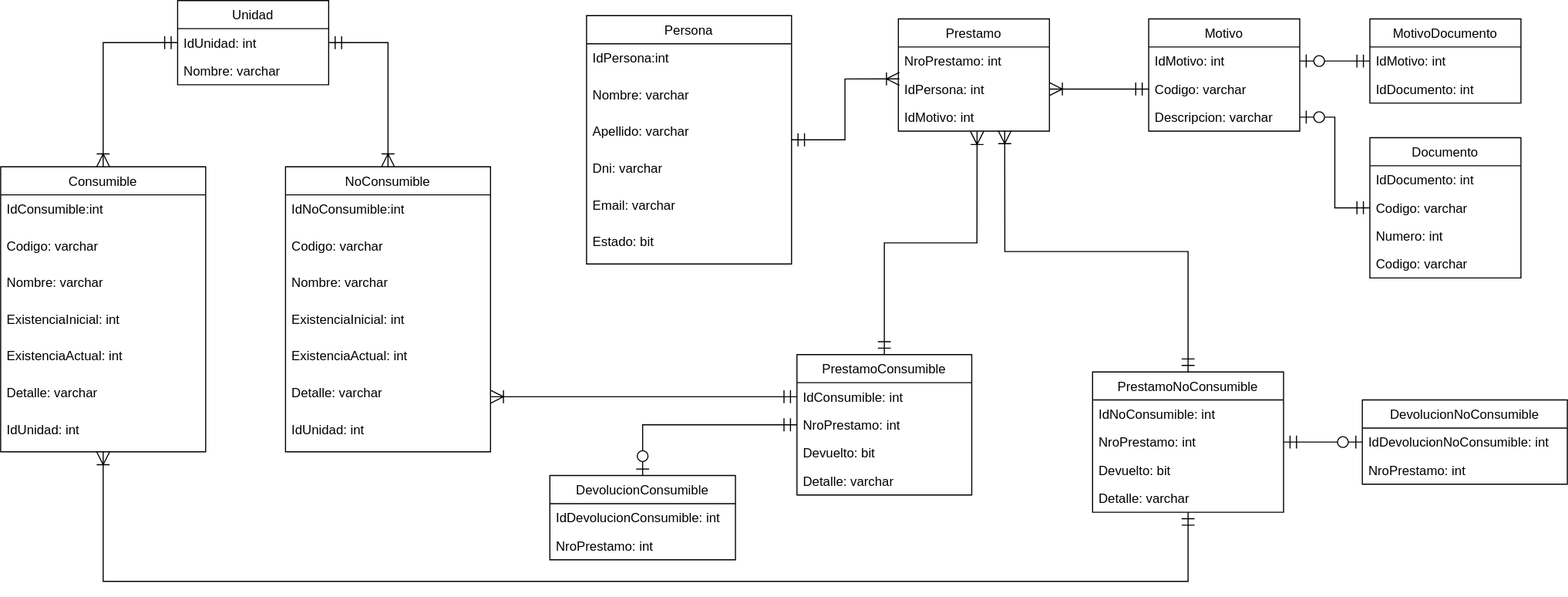
The draw.io diagram deposito.drawio.svg in ET12DevOps/DepositoApp, before a commit. Source tidied: cells renumbered, new cells last; positions are measured from the earlier drawing's top-left corner, leaving out a move shared by most shapes. Its diagram source:
```xml
<mxGraphModel>
  <root>
    <mxCell id="0" />
    <mxCell id="1" parent="0" />
    <mxCell id="2" style="edgeStyle=orthogonalEdgeStyle;rounded=0;jettySize=auto;html=1;entryX=0;entryY=0.5;entryDx=0;entryDy=0;endArrow=ERmandOne;endFill=0;startSize=10;endSize=10;startArrow=ERoneToMany;startFill=0;" parent="1" edge="1" source="3" target="12">
      <mxGeometry relative="1" as="geometry" />
    </mxCell>
    <mxCell id="3" value="Consumible" style="swimlane;fontStyle=0;horizontal=1;startSize=26;" parent="1" vertex="1">
      <mxGeometry y="154" width="190" height="264" as="geometry" />
    </mxCell>
    <mxCell id="4" value="IdConsumible:int" style="text;strokeColor=none;fillColor=none;align=left;verticalAlign=top;spacingLeft=4;spacingRight=4;overflow=hidden;" parent="3" vertex="1">
      <mxGeometry y="26" width="190" height="34" as="geometry" />
    </mxCell>
    <mxCell id="5" value="Codigo: varchar" style="text;strokeColor=none;fillColor=none;align=left;verticalAlign=top;spacingLeft=4;spacingRight=4;overflow=hidden;" parent="3" vertex="1">
      <mxGeometry y="60" width="190" height="34" as="geometry" />
    </mxCell>
    <mxCell id="6" value="Nombre: varchar" style="text;strokeColor=none;fillColor=none;align=left;verticalAlign=top;spacingLeft=4;spacingRight=4;overflow=hidden;" parent="3" vertex="1">
      <mxGeometry y="94" width="190" height="34" as="geometry" />
    </mxCell>
    <mxCell id="7" value="ExistenciaInicial: int" style="text;strokeColor=none;fillColor=none;align=left;verticalAlign=top;spacingLeft=4;spacingRight=4;overflow=hidden;" parent="3" vertex="1">
      <mxGeometry y="128" width="190" height="34" as="geometry" />
    </mxCell>
    <mxCell id="8" value="ExistenciaActual: int" style="text;strokeColor=none;fillColor=none;align=left;verticalAlign=top;spacingLeft=4;spacingRight=4;overflow=hidden;" parent="3" vertex="1">
      <mxGeometry y="162" width="190" height="34" as="geometry" />
    </mxCell>
    <mxCell id="9" value="Detalle: varchar" style="text;strokeColor=none;fillColor=none;align=left;verticalAlign=top;spacingLeft=4;spacingRight=4;overflow=hidden;" parent="3" vertex="1">
      <mxGeometry y="196" width="190" height="34" as="geometry" />
    </mxCell>
    <mxCell id="10" value="IdUnidad: int" style="text;strokeColor=none;fillColor=none;align=left;verticalAlign=top;spacingLeft=4;spacingRight=4;overflow=hidden;points=[[0,0.5],[1,0.5]];portConstraint=eastwest;" parent="3" vertex="1">
      <mxGeometry y="230" width="190" height="34" as="geometry" />
    </mxCell>
    <mxCell id="11" value="Unidad" style="swimlane;fontStyle=0;horizontal=1;startSize=26;" parent="1" vertex="1">
      <mxGeometry x="164" width="140" height="78" as="geometry" />
    </mxCell>
    <mxCell id="12" value="IdUnidad: int" style="text;strokeColor=none;fillColor=none;align=left;verticalAlign=top;spacingLeft=4;spacingRight=4;overflow=hidden;points=[[0,0.5],[1,0.5]];portConstraint=eastwest;" parent="11" vertex="1">
      <mxGeometry y="26" width="140" height="26" as="geometry" />
    </mxCell>
    <mxCell id="13" value="Nombre: varchar" style="text;strokeColor=none;fillColor=none;align=left;verticalAlign=top;spacingLeft=4;spacingRight=4;overflow=hidden;" parent="11" vertex="1">
      <mxGeometry y="52" width="140" height="26" as="geometry" />
    </mxCell>
    <mxCell id="14" value="NoConsumible" style="swimlane;fontStyle=0;horizontal=1;startSize=26;" parent="1" vertex="1">
      <mxGeometry x="264" y="154" width="190" height="264" as="geometry" />
    </mxCell>
    <mxCell id="15" value="IdNoConsumible:int" style="text;strokeColor=none;fillColor=none;align=left;verticalAlign=top;spacingLeft=4;spacingRight=4;overflow=hidden;" parent="14" vertex="1">
      <mxGeometry y="26" width="190" height="34" as="geometry" />
    </mxCell>
    <mxCell id="16" value="Codigo: varchar" style="text;strokeColor=none;fillColor=none;align=left;verticalAlign=top;spacingLeft=4;spacingRight=4;overflow=hidden;" parent="14" vertex="1">
      <mxGeometry y="60" width="190" height="34" as="geometry" />
    </mxCell>
    <mxCell id="17" value="Nombre: varchar" style="text;strokeColor=none;fillColor=none;align=left;verticalAlign=top;spacingLeft=4;spacingRight=4;overflow=hidden;" parent="14" vertex="1">
      <mxGeometry y="94" width="190" height="34" as="geometry" />
    </mxCell>
    <mxCell id="18" value="ExistenciaInicial: int" style="text;strokeColor=none;fillColor=none;align=left;verticalAlign=top;spacingLeft=4;spacingRight=4;overflow=hidden;" parent="14" vertex="1">
      <mxGeometry y="128" width="190" height="34" as="geometry" />
    </mxCell>
    <mxCell id="19" value="ExistenciaActual: int" style="text;strokeColor=none;fillColor=none;align=left;verticalAlign=top;spacingLeft=4;spacingRight=4;overflow=hidden;" parent="14" vertex="1">
      <mxGeometry y="162" width="190" height="34" as="geometry" />
    </mxCell>
    <mxCell id="20" value="Detalle: varchar" style="text;strokeColor=none;fillColor=none;align=left;verticalAlign=top;spacingLeft=4;spacingRight=4;overflow=hidden;points=[[0,0.5],[1,0.5]];portConstraint=eastwest;" parent="14" vertex="1">
      <mxGeometry y="196" width="190" height="34" as="geometry" />
    </mxCell>
    <mxCell id="21" value="IdUnidad: int" style="text;strokeColor=none;fillColor=none;align=left;verticalAlign=top;spacingLeft=4;spacingRight=4;overflow=hidden;" parent="14" vertex="1">
      <mxGeometry y="230" width="190" height="34" as="geometry" />
    </mxCell>
    <mxCell id="22" style="edgeStyle=orthogonalEdgeStyle;rounded=0;jettySize=auto;html=1;entryX=0.007;entryY=0.138;entryDx=0;entryDy=0;entryPerimeter=0;endSize=10;startSize=10;endArrow=ERoneToMany;endFill=0;startArrow=ERmandOne;startFill=0;" parent="1" edge="1" source="23" target="44">
      <mxGeometry relative="1" as="geometry" />
    </mxCell>
    <mxCell id="23" value="Persona" style="swimlane;fontStyle=0;horizontal=1;startSize=26;" parent="1" vertex="1">
      <mxGeometry x="543" y="14" width="190" height="230" as="geometry" />
    </mxCell>
    <mxCell id="24" value="IdPersona:int" style="text;strokeColor=none;fillColor=none;align=left;verticalAlign=top;spacingLeft=4;spacingRight=4;overflow=hidden;" parent="23" vertex="1">
      <mxGeometry y="26" width="190" height="34" as="geometry" />
    </mxCell>
    <mxCell id="25" value="Nombre: varchar" style="text;strokeColor=none;fillColor=none;align=left;verticalAlign=top;spacingLeft=4;spacingRight=4;overflow=hidden;" parent="23" vertex="1">
      <mxGeometry y="60" width="190" height="34" as="geometry" />
    </mxCell>
    <mxCell id="26" value="Apellido: varchar" style="text;strokeColor=none;fillColor=none;align=left;verticalAlign=top;spacingLeft=4;spacingRight=4;overflow=hidden;" parent="23" vertex="1">
      <mxGeometry y="94" width="190" height="34" as="geometry" />
    </mxCell>
    <mxCell id="27" value="Dni: varchar" style="text;strokeColor=none;fillColor=none;align=left;verticalAlign=top;spacingLeft=4;spacingRight=4;overflow=hidden;" parent="23" vertex="1">
      <mxGeometry y="128" width="190" height="34" as="geometry" />
    </mxCell>
    <mxCell id="28" value="Email: varchar" style="text;strokeColor=none;fillColor=none;align=left;verticalAlign=top;spacingLeft=4;spacingRight=4;overflow=hidden;" parent="23" vertex="1">
      <mxGeometry y="162" width="190" height="34" as="geometry" />
    </mxCell>
    <mxCell id="29" value="Estado: bit" style="text;strokeColor=none;fillColor=none;align=left;verticalAlign=top;spacingLeft=4;spacingRight=4;overflow=hidden;" parent="23" vertex="1">
      <mxGeometry y="196" width="190" height="34" as="geometry" />
    </mxCell>
    <mxCell id="30" value="Motivo" style="swimlane;fontStyle=0;horizontal=1;startSize=26;" parent="1" vertex="1">
      <mxGeometry x="1064" y="17" width="140" height="104" as="geometry" />
    </mxCell>
    <mxCell id="31" value="IdMotivo: int" style="text;strokeColor=none;fillColor=none;align=left;verticalAlign=top;spacingLeft=4;spacingRight=4;overflow=hidden;points=[[0,0.5],[1,0.5]];portConstraint=eastwest;" parent="30" vertex="1">
      <mxGeometry y="26" width="140" height="26" as="geometry" />
    </mxCell>
    <mxCell id="32" value="Codigo: varchar" style="text;strokeColor=none;fillColor=none;align=left;verticalAlign=top;spacingLeft=4;spacingRight=4;overflow=hidden;points=[[0,0.5],[1,0.5]];portConstraint=eastwest;" parent="30" vertex="1">
      <mxGeometry y="52" width="140" height="26" as="geometry" />
    </mxCell>
    <mxCell id="33" value="Descripcion: varchar" style="text;strokeColor=none;fillColor=none;align=left;verticalAlign=top;spacingLeft=4;spacingRight=4;overflow=hidden;points=[[0,0.5],[1,0.5]];portConstraint=eastwest;" parent="30" vertex="1">
      <mxGeometry y="78" width="140" height="26" as="geometry" />
    </mxCell>
    <mxCell id="34" value="Documento" style="swimlane;fontStyle=0;horizontal=1;startSize=26;" parent="1" vertex="1">
      <mxGeometry x="1269" y="127" width="140" height="130" as="geometry" />
    </mxCell>
    <mxCell id="35" value="IdDocumento: int" style="text;strokeColor=none;fillColor=none;align=left;verticalAlign=top;spacingLeft=4;spacingRight=4;overflow=hidden;" parent="34" vertex="1">
      <mxGeometry y="26" width="140" height="26" as="geometry" />
    </mxCell>
    <mxCell id="36" value="Codigo: varchar" style="text;strokeColor=none;fillColor=none;align=left;verticalAlign=top;spacingLeft=4;spacingRight=4;overflow=hidden;points=[[0,0.5],[1,0.5]];portConstraint=eastwest;" parent="34" vertex="1">
      <mxGeometry y="52" width="140" height="26" as="geometry" />
    </mxCell>
    <mxCell id="37" value="Numero: int" style="text;strokeColor=none;fillColor=none;align=left;verticalAlign=top;spacingLeft=4;spacingRight=4;overflow=hidden;" parent="34" vertex="1">
      <mxGeometry y="78" width="140" height="26" as="geometry" />
    </mxCell>
    <mxCell id="38" value="Codigo: varchar" style="text;strokeColor=none;fillColor=none;align=left;verticalAlign=top;spacingLeft=4;spacingRight=4;overflow=hidden;" parent="34" vertex="1">
      <mxGeometry y="104" width="140" height="26" as="geometry" />
    </mxCell>
    <mxCell id="39" value="MotivoDocumento" style="swimlane;fontStyle=0;horizontal=1;startSize=26;" parent="1" vertex="1">
      <mxGeometry x="1269" y="17" width="140" height="78" as="geometry" />
    </mxCell>
    <mxCell id="40" value="IdMotivo: int" style="text;strokeColor=none;fillColor=none;align=left;verticalAlign=top;spacingLeft=4;spacingRight=4;overflow=hidden;points=[[0,0.5],[1,0.5]];portConstraint=eastwest;" parent="39" vertex="1">
      <mxGeometry y="26" width="140" height="26" as="geometry" />
    </mxCell>
    <mxCell id="41" value="IdDocumento: int" style="text;strokeColor=none;fillColor=none;align=left;verticalAlign=top;spacingLeft=4;spacingRight=4;overflow=hidden;points=[[0,0.5],[1,0.5]];portConstraint=eastwest;" parent="39" vertex="1">
      <mxGeometry y="52" width="140" height="26" as="geometry" />
    </mxCell>
    <mxCell id="42" value="Prestamo" style="swimlane;fontStyle=0;horizontal=1;startSize=26;" parent="1" vertex="1">
      <mxGeometry x="832" y="17" width="140" height="104" as="geometry" />
    </mxCell>
    <mxCell id="43" value="NroPrestamo: int" style="text;strokeColor=none;fillColor=none;align=left;verticalAlign=top;spacingLeft=4;spacingRight=4;overflow=hidden;" parent="42" vertex="1">
      <mxGeometry y="26" width="140" height="26" as="geometry" />
    </mxCell>
    <mxCell id="44" value="IdPersona: int" style="text;strokeColor=none;fillColor=none;align=left;verticalAlign=top;spacingLeft=4;spacingRight=4;overflow=hidden;points=[[0,0.5],[1,0.5]];portConstraint=eastwest;" parent="42" vertex="1">
      <mxGeometry y="52" width="140" height="26" as="geometry" />
    </mxCell>
    <mxCell id="45" value="IdMotivo: int" style="text;strokeColor=none;fillColor=none;align=left;verticalAlign=top;spacingLeft=4;spacingRight=4;overflow=hidden;points=[[0,0.5],[1,0.5]];portConstraint=eastwest;" parent="42" vertex="1">
      <mxGeometry y="78" width="140" height="26" as="geometry" />
    </mxCell>
    <mxCell id="46" style="edgeStyle=orthogonalEdgeStyle;rounded=0;jettySize=auto;html=1;entryX=0.521;entryY=1.015;entryDx=0;entryDy=0;entryPerimeter=0;endSize=10;startSize=10;endArrow=ERoneToMany;endFill=0;startArrow=ERmandOne;startFill=0;" parent="1" edge="1" source="47" target="45">
      <mxGeometry relative="1" as="geometry" />
    </mxCell>
    <mxCell id="47" value="PrestamoConsumible" style="swimlane;fontStyle=0;horizontal=1;startSize=26;" parent="1" vertex="1">
      <mxGeometry x="738" y="328" width="162" height="130" as="geometry" />
    </mxCell>
    <mxCell id="48" value="IdConsumible: int" style="text;strokeColor=none;fillColor=none;align=left;verticalAlign=top;spacingLeft=4;spacingRight=4;overflow=hidden;points=[[0,0.5],[1,0.5]];portConstraint=eastwest;" parent="47" vertex="1">
      <mxGeometry y="26" width="162" height="26" as="geometry" />
    </mxCell>
    <mxCell id="49" value="NroPrestamo: int" style="text;strokeColor=none;fillColor=none;align=left;verticalAlign=top;spacingLeft=4;spacingRight=4;overflow=hidden;points=[[0,0.5],[1,0.5]];portConstraint=eastwest;" parent="47" vertex="1">
      <mxGeometry y="52" width="162" height="26" as="geometry" />
    </mxCell>
    <mxCell id="50" value="Devuelto: bit" style="text;strokeColor=none;fillColor=none;align=left;verticalAlign=top;spacingLeft=4;spacingRight=4;overflow=hidden;" parent="47" vertex="1">
      <mxGeometry y="78" width="162" height="26" as="geometry" />
    </mxCell>
    <mxCell id="51" value="Detalle: varchar" style="text;strokeColor=none;fillColor=none;align=left;verticalAlign=top;spacingLeft=4;spacingRight=4;overflow=hidden;" parent="47" vertex="1">
      <mxGeometry y="104" width="162" height="26" as="geometry" />
    </mxCell>
    <mxCell id="52" style="edgeStyle=orthogonalEdgeStyle;rounded=0;jettySize=auto;html=1;entryX=0.704;entryY=0.985;entryDx=0;entryDy=0;entryPerimeter=0;endSize=10;startSize=10;endArrow=ERoneToMany;endFill=0;startArrow=ERmandOne;startFill=0;" parent="1" edge="1" source="54" target="45">
      <mxGeometry relative="1" as="geometry" />
    </mxCell>
    <mxCell id="53" style="edgeStyle=orthogonalEdgeStyle;rounded=0;jettySize=auto;html=1;endSize=10;startSize=10;endArrow=ERoneToMany;endFill=0;startArrow=ERmandOne;startFill=0;" parent="1" edge="1" source="54" target="10">
      <mxGeometry relative="1" as="geometry">
        <Array as="points">
          <mxPoint x="1101" y="538" />
          <mxPoint x="95" y="538" />
        </Array>
      </mxGeometry>
    </mxCell>
    <mxCell id="54" value="PrestamoNoConsumible" style="swimlane;fontStyle=0;horizontal=1;startSize=26;" parent="1" vertex="1">
      <mxGeometry x="1012" y="344" width="177" height="130" as="geometry" />
    </mxCell>
    <mxCell id="55" value="IdNoConsumible: int" style="text;strokeColor=none;fillColor=none;align=left;verticalAlign=top;spacingLeft=4;spacingRight=4;overflow=hidden;" parent="54" vertex="1">
      <mxGeometry y="26" width="177" height="26" as="geometry" />
    </mxCell>
    <mxCell id="56" value="NroPrestamo: int" style="text;strokeColor=none;fillColor=none;align=left;verticalAlign=top;spacingLeft=4;spacingRight=4;overflow=hidden;points=[[0,0.5],[1,0.5]];portConstraint=eastwest;" parent="54" vertex="1">
      <mxGeometry y="52" width="177" height="26" as="geometry" />
    </mxCell>
    <mxCell id="57" value="Devuelto: bit" style="text;strokeColor=none;fillColor=none;align=left;verticalAlign=top;spacingLeft=4;spacingRight=4;overflow=hidden;" parent="54" vertex="1">
      <mxGeometry y="78" width="177" height="26" as="geometry" />
    </mxCell>
    <mxCell id="58" value="Detalle: varchar" style="text;strokeColor=none;fillColor=none;align=left;verticalAlign=top;spacingLeft=4;spacingRight=4;overflow=hidden;" parent="54" vertex="1">
      <mxGeometry y="104" width="177" height="26" as="geometry" />
    </mxCell>
    <mxCell id="59" style="edgeStyle=orthogonalEdgeStyle;rounded=0;jettySize=auto;html=1;entryX=0;entryY=0.5;entryDx=0;entryDy=0;endSize=10;startSize=10;endArrow=ERmandOne;endFill=0;startArrow=ERzeroToOne;startFill=1;" parent="1" edge="1" source="60" target="49">
      <mxGeometry relative="1" as="geometry" />
    </mxCell>
    <mxCell id="60" value="DevolucionConsumible" style="swimlane;fontStyle=0;horizontal=1;startSize=26;" parent="1" vertex="1">
      <mxGeometry x="509" y="440" width="172" height="78" as="geometry" />
    </mxCell>
    <mxCell id="61" value="IdDevolucionConsumible: int" style="text;strokeColor=none;fillColor=none;align=left;verticalAlign=top;spacingLeft=4;spacingRight=4;overflow=hidden;" parent="60" vertex="1">
      <mxGeometry y="26" width="172" height="26" as="geometry" />
    </mxCell>
    <mxCell id="62" value="NroPrestamo: int" style="text;strokeColor=none;fillColor=none;align=left;verticalAlign=top;spacingLeft=4;spacingRight=4;overflow=hidden;" parent="60" vertex="1">
      <mxGeometry y="52" width="172" height="26" as="geometry" />
    </mxCell>
    <mxCell id="63" style="edgeStyle=orthogonalEdgeStyle;rounded=0;jettySize=auto;html=1;exitX=0;exitY=0.5;exitDx=0;exitDy=0;endSize=10;startSize=10;endArrow=ERmandOne;endFill=0;startArrow=ERzeroToOne;startFill=1;" parent="1" edge="1" source="65" target="56">
      <mxGeometry relative="1" as="geometry" />
    </mxCell>
    <mxCell id="64" value="DevolucionNoConsumible" style="swimlane;fontStyle=0;horizontal=1;startSize=26;" parent="1" vertex="1">
      <mxGeometry x="1262" y="370" width="190" height="78" as="geometry" />
    </mxCell>
    <mxCell id="65" value="IdDevolucionNoConsumible: int" style="text;strokeColor=none;fillColor=none;align=left;verticalAlign=top;spacingLeft=4;spacingRight=4;overflow=hidden;points=[[0,0.5],[1,0.5]];portConstraint=eastwest;" parent="64" vertex="1">
      <mxGeometry y="26" width="190" height="26" as="geometry" />
    </mxCell>
    <mxCell id="66" value="NroPrestamo: int" style="text;strokeColor=none;fillColor=none;align=left;verticalAlign=top;spacingLeft=4;spacingRight=4;overflow=hidden;" parent="64" vertex="1">
      <mxGeometry y="52" width="190" height="26" as="geometry" />
    </mxCell>
    <mxCell id="67" style="edgeStyle=orthogonalEdgeStyle;rounded=0;jettySize=auto;html=1;entryX=1;entryY=0.5;entryDx=0;entryDy=0;exitX=0.5;exitY=0;exitDx=0;exitDy=0;endSize=10;startSize=10;startArrow=ERoneToMany;startFill=0;endArrow=ERmandOne;endFill=0;" parent="1" edge="1" source="14" target="12">
      <mxGeometry relative="1" as="geometry" />
    </mxCell>
    <mxCell id="68" style="edgeStyle=orthogonalEdgeStyle;rounded=0;jettySize=auto;html=1;entryX=1;entryY=0.5;entryDx=0;entryDy=0;startArrow=ERmandOne;startFill=0;endArrow=ERzeroToOne;endFill=1;endSize=10;startSize=10;" parent="1" edge="1" source="40" target="31">
      <mxGeometry relative="1" as="geometry" />
    </mxCell>
    <mxCell id="69" style="edgeStyle=orthogonalEdgeStyle;rounded=0;jettySize=auto;html=1;endSize=10;startSize=10;endArrow=ERzeroToOne;endFill=1;startArrow=ERmandOne;startFill=0;" parent="1" edge="1" source="36" target="33">
      <mxGeometry relative="1" as="geometry" />
    </mxCell>
    <mxCell id="70" style="edgeStyle=orthogonalEdgeStyle;rounded=0;jettySize=auto;html=1;entryX=0;entryY=0.5;entryDx=0;entryDy=0;endSize=10;startSize=10;endArrow=ERmandOne;endFill=0;startArrow=ERoneToMany;startFill=0;" parent="1" edge="1" source="44" target="32">
      <mxGeometry relative="1" as="geometry" />
    </mxCell>
    <mxCell id="71" style="edgeStyle=orthogonalEdgeStyle;rounded=0;jettySize=auto;html=1;endSize=10;startSize=10;endArrow=ERoneToMany;endFill=0;startArrow=ERmandOne;startFill=0;" parent="1" edge="1" source="48" target="20">
      <mxGeometry relative="1" as="geometry" />
    </mxCell>
  </root>
</mxGraphModel>
```
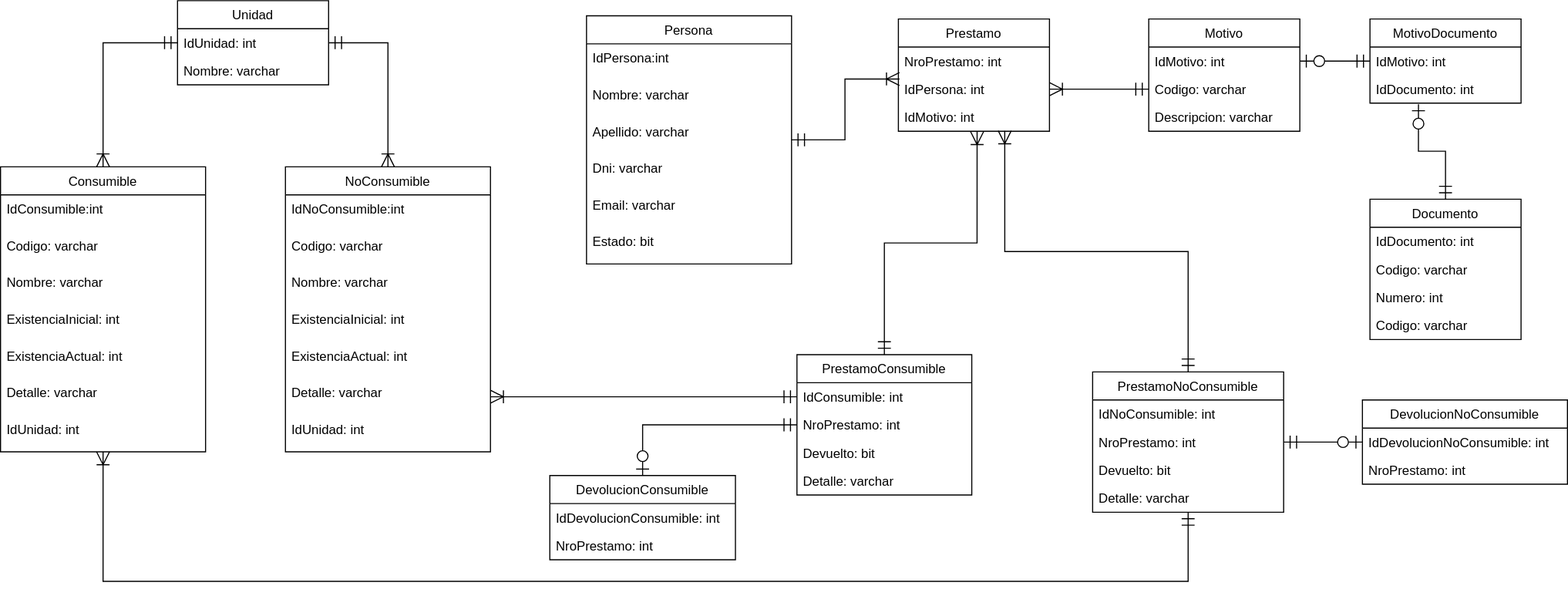
After the commit.

Commit message:
actulize der

Change to the diagram source:
```diff
@@ -99,7 +99,7 @@
       <mxGeometry y="78" width="140" height="26" as="geometry" />
     </mxCell>
     <mxCell id="34" value="Documento" style="swimlane;fontStyle=0;horizontal=1;startSize=26;" parent="1" vertex="1">
-      <mxGeometry x="1269" y="127" width="140" height="130" as="geometry" />
+      <mxGeometry x="1269" y="184" width="140" height="130" as="geometry" />
     </mxCell>
     <mxCell id="35" value="IdDocumento: int" style="text;strokeColor=none;fillColor=none;align=left;verticalAlign=top;spacingLeft=4;spacingRight=4;overflow=hidden;" parent="34" vertex="1">
       <mxGeometry y="26" width="140" height="26" as="geometry" />
@@ -208,7 +208,7 @@
     <mxCell id="68" style="edgeStyle=orthogonalEdgeStyle;rounded=0;jettySize=auto;html=1;entryX=1;entryY=0.5;entryDx=0;entryDy=0;startArrow=ERmandOne;startFill=0;endArrow=ERzeroToOne;endFill=1;endSize=10;startSize=10;" parent="1" edge="1" source="40" target="31">
       <mxGeometry relative="1" as="geometry" />
     </mxCell>
-    <mxCell id="69" style="edgeStyle=orthogonalEdgeStyle;rounded=0;jettySize=auto;html=1;endSize=10;startSize=10;endArrow=ERzeroToOne;endFill=1;startArrow=ERmandOne;startFill=0;" parent="1" edge="1" source="36" target="33">
+    <mxCell id="69" style="edgeStyle=orthogonalEdgeStyle;rounded=0;jettySize=auto;html=1;endSize=10;startSize=10;endArrow=ERzeroToOne;endFill=1;startArrow=ERmandOne;startFill=0;entryX=0.321;entryY=1.038;entryDx=0;entryDy=0;entryPerimeter=0;exitX=0.5;exitY=0;exitDx=0;exitDy=0;" parent="1" edge="1" source="34" target="41">
       <mxGeometry relative="1" as="geometry" />
     </mxCell>
     <mxCell id="70" style="edgeStyle=orthogonalEdgeStyle;rounded=0;jettySize=auto;html=1;entryX=0;entryY=0.5;entryDx=0;entryDy=0;endSize=10;startSize=10;endArrow=ERmandOne;endFill=0;startArrow=ERoneToMany;startFill=0;" parent="1" edge="1" source="44" target="32">
```
